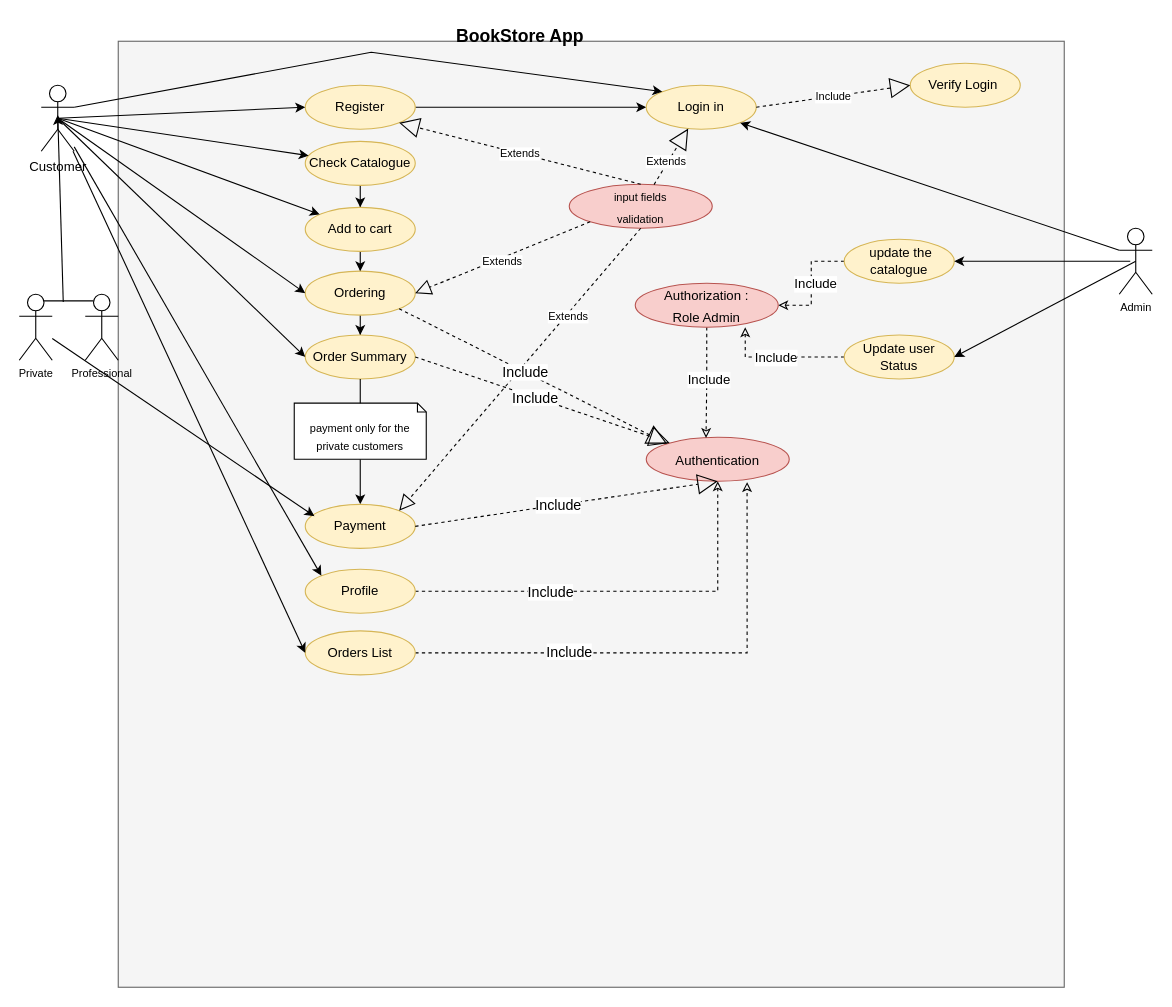
This is UseCaseUML.drawio from Sifelddin/bookStore_symfony, a draw.io file, before an edit. Source tidied: cells renumbered, new cells numbered last; positions are measured from the earlier drawing's top-left corner, leaving out a move shared by most shapes. Both pictures are drawn from the tidied source at 110%, with x=0, y=0 at pixel (19, 19).
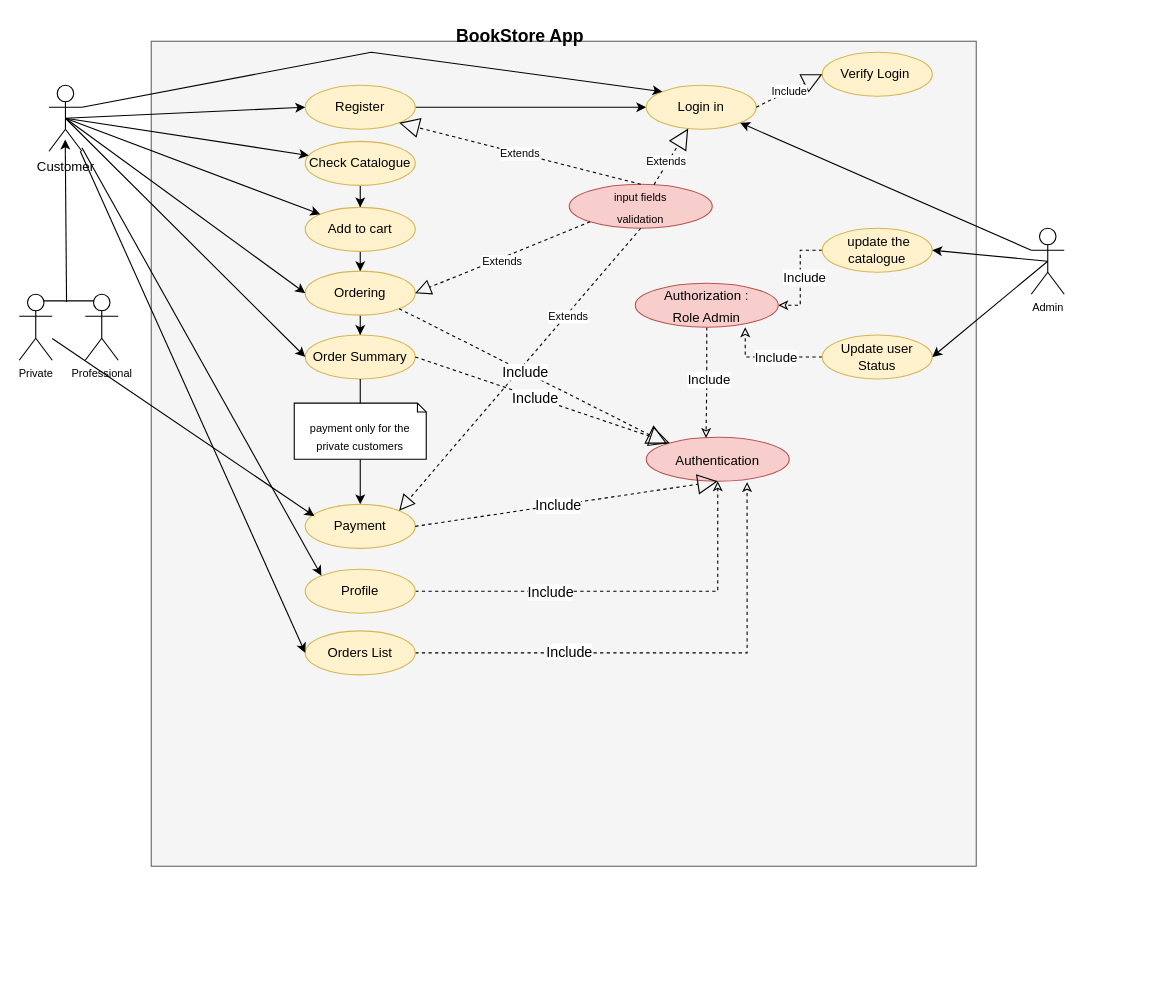
The same page after the edit.

The change refers to these unchanged cells:
```xml
<mxCell id="54" style="edgeStyle=orthogonalEdgeStyle;rounded=0;jettySize=auto;html=1;entryX=0.769;entryY=1;entryDx=0;entryDy=0;entryPerimeter=0;fontSize=10;endArrow=classic;endFill=0;dashed=1;" parent="1" edge="1" source="57" target="60">
  <mxGeometry relative="1" as="geometry" />
</mxCell>
```

What changed in the source:
```diff
@@
     <mxCell id="2" value="Customer&lt;br&gt;" style="shape=umlActor;verticalLabelPosition=bottom;verticalAlign=top;html=1;outlineConnect=0;" parent="1" vertex="1">
-      <mxGeometry x="20" y="60" width="30" height="60" as="geometry" />
+      <mxGeometry x="27" y="60" width="30" height="60" as="geometry" />
     </mxCell>
     <mxCell id="3" style="whiteSpace=wrap;html=1;fillColor=#f5f5f5;strokeColor=#666666;fontColor=#333333;" parent="1" vertex="1">
-      <mxGeometry x="90" y="20" width="860" height="860" as="geometry" />
+      <mxGeometry x="120" y="20" width="750" height="750" as="geometry" />
     </mxCell>
@@
     <mxCell id="24" value="Verify Login&amp;nbsp;" style="ellipse;whiteSpace=wrap;html=1;fillColor=#fff2cc;strokeColor=#d6b656;" parent="1" vertex="1">
-      <mxGeometry x="810" y="40" width="100" height="40" as="geometry" />
+      <mxGeometry x="730" y="30" width="100" height="40" as="geometry" />
     </mxCell>
@@
     <mxCell id="26" value="Admin&lt;br&gt;" style="shape=umlActor;verticalLabelPosition=bottom;verticalAlign=top;html=1;fontSize=10;" parent="1" vertex="1">
-      <mxGeometry x="1000" y="190" width="30" height="60" as="geometry" />
+      <mxGeometry x="920" y="190" width="30" height="60" as="geometry" />
     </mxCell>
@@
-    <mxCell id="41" style="endArrow=classic;html=1;rounded=0;fontSize=10;entryX=0.5;entryY=0.5;entryDx=0;entryDy=0;entryPerimeter=0;" parent="1" edge="1">
+    <mxCell id="41" style="endArrow=classic;html=1;rounded=0;fontSize=10;entryX=0.427;entryY=0.823;entryDx=0;entryDy=0;entryPerimeter=0;" parent="1" edge="1">
       <mxGeometry relative="1" as="geometry">
-        <mxPoint x="40" y="257" as="sourcePoint" />
-        <mxPoint x="35" y="87" as="targetPoint" />
+        <mxPoint x="43" y="257" as="sourcePoint" />
+        <mxPoint x="41.8" y="109.4" as="targetPoint" />
       </mxGeometry>
     </mxCell>
@@
     <mxCell id="53" value="&amp;nbsp;update the catalogue" style="ellipse;whiteSpace=wrap;html=1;fillColor=#fff2cc;strokeColor=#d6b656;" parent="1" vertex="1">
-      <mxGeometry x="750" y="200" width="100" height="40" as="geometry" />
+      <mxGeometry x="730" y="190" width="100" height="40" as="geometry" />
     </mxCell>
@@
     <mxCell id="56" value="Include" style="edgeLabel;html=1;align=center;verticalAlign=middle;fontSize=12;" parent="54" vertex="1">
-      <mxGeometry x="0.08" relative="1" as="geometry" />
+      <mxGeometry x="0.08" relative="1" as="geometry">
+        <mxPoint x="9" as="offset" />
+      </mxGeometry>
     </mxCell>
     <mxCell id="57" value="Update user Status" style="ellipse;whiteSpace=wrap;html=1;fillColor=#fff2cc;strokeColor=#d6b656;" parent="1" vertex="1">
-      <mxGeometry x="750" y="287" width="100" height="40" as="geometry" />
+      <mxGeometry x="730" y="287" width="100" height="40" as="geometry" />
     </mxCell>
@@
-    <mxCell id="62" style="endArrow=classic;html=1;rounded=0;fontSize=12;exitX=0;exitY=0.3333333333333333;exitDx=0;exitDy=0;exitPerimeter=0;entryX=1;entryY=0.5;entryDx=0;entryDy=0;" parent="1" edge="1" target="53">
-      <mxGeometry relative="1" as="geometry">
-        <mxPoint x="1010" y="220" as="sourcePoint" />
-      </mxGeometry>
+    <mxCell id="62" style="endArrow=classic;html=1;rounded=0;fontSize=12;entryX=1;entryY=0.5;entryDx=0;entryDy=0;exitX=0.5;exitY=0.5;exitDx=0;exitDy=0;exitPerimeter=0;" parent="1" edge="1" source="26" target="53">
+      <mxGeometry relative="1" as="geometry" />
     </mxCell>
```
